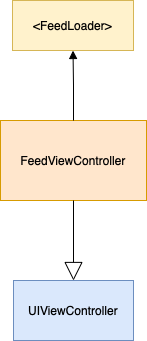
The draw.io diagram Diagrams/LearnDiagram.drawio.png in Galih94/LearnDependencyDiagram, before a commit. Source tidied: cells renumbered, new cells last; positions are measured from the earlier drawing's top-left corner, leaving out a move shared by most shapes.
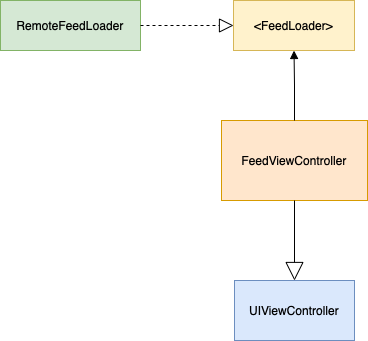
After the commit.

Commit message:
create(RemoteFeedLoader): create RemoteFeedLoader that conforms to FeedLoader, and update diagram

Change to the diagram source:
```diff
@@ -17,5 +17,11 @@
     <mxCell id="6" value="&lt;br&gt;" style="html=1;verticalAlign=bottom;endArrow=block;edgeStyle=elbowEdgeStyle;elbow=vertical;curved=0;rounded=0;entryX=0.5;entryY=1;entryDx=0;entryDy=0;" parent="1" edge="1" source="2" target="5">
       <mxGeometry relative="1" as="geometry" />
     </mxCell>
+    <mxCell id="7" value="RemoteFeedLoader" style="html=1;whiteSpace=wrap;fillColor=#d5e8d4;strokeColor=#82b366;" parent="1" vertex="1">
+      <mxGeometry x="-221" width="140" height="50" as="geometry" />
+    </mxCell>
+    <mxCell id="8" style="endArrow=block;dashed=1;endFill=0;endSize=12;html=1;rounded=0;entryX=0;entryY=0.5;entryDx=0;entryDy=0;exitX=1;exitY=0.5;exitDx=0;exitDy=0;" parent="1" edge="1" source="7" target="5">
+      <mxGeometry relative="1" as="geometry" />
+    </mxCell>
   </root>
 </mxGraphModel>
```
